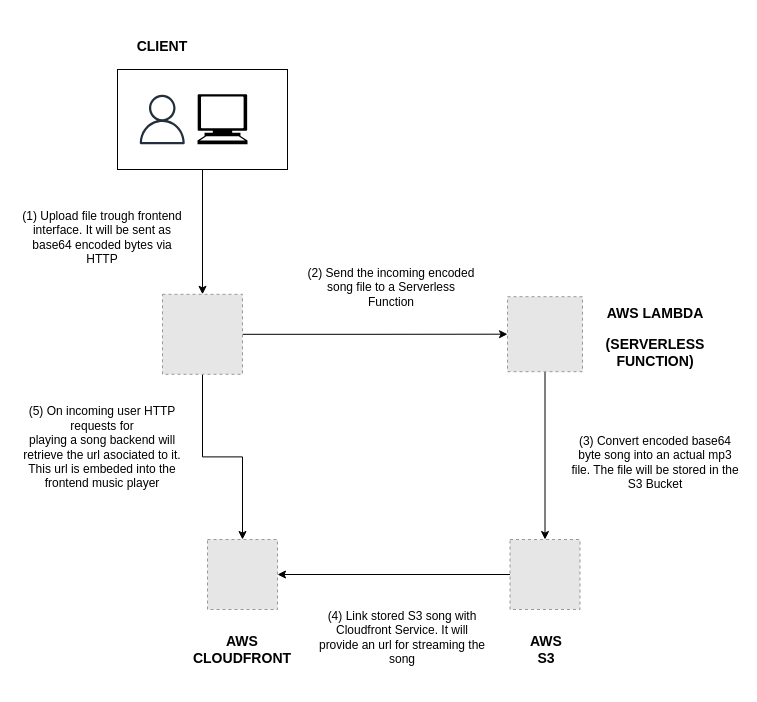
Before: docs/assets/drawio/song-architecture-file.drawio in AntonioMrtz/SpotifyElectron, a draw.io diagram. Source tidied: cells renumbered, new cells numbered last; positions are measured from the earlier drawing's top-left corner, leaving out a move shared by most shapes. Both pictures are drawn from the tidied source at 100%, with x=0, y=0 at pixel (17, 17). Pictures stored in the file or linked from it are replaced by grey dashed boxes.
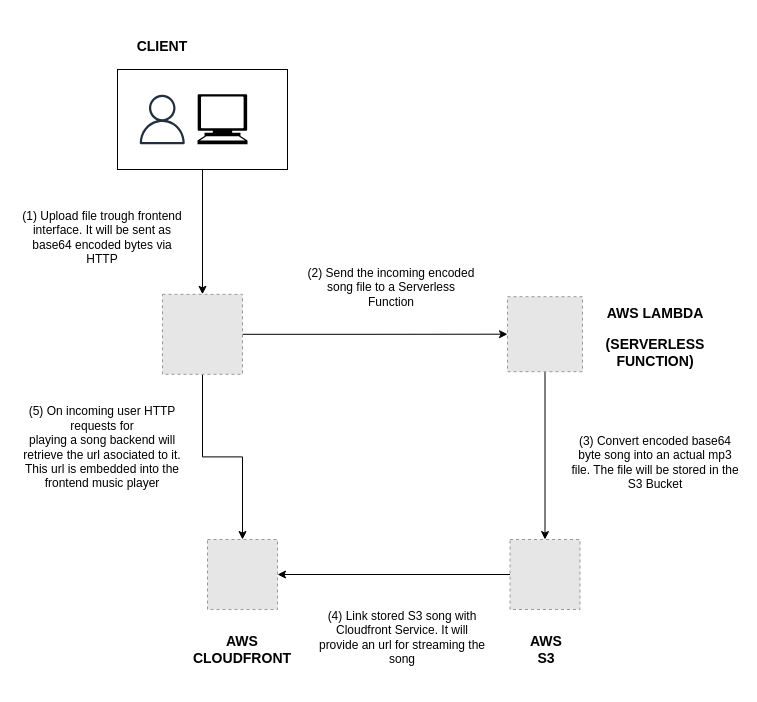
The same diagram, later.

Commit message (it also covers changes not shown here):
docs: deploy mkdocs to website gh-pages and update docs links as docs will be served inside the website | [#298]

Diff of the diagram source:
```diff
@@
-    <mxCell id="22" value="(5) On incoming user HTTP requests for&lt;br&gt;playing a song backend will retrieve the url asociated to it. This url is embeded into the frontend music player" style="text;html=1;strokeColor=none;fillColor=none;align=center;verticalAlign=middle;whiteSpace=wrap;rounded=0;" parent="1" vertex="1">
+    <mxCell id="22" value="(5) On incoming user HTTP requests for&lt;br&gt;playing a song backend will retrieve the url asociated to it. This url is embedded into the frontend music player" style="text;html=1;strokeColor=none;fillColor=none;align=center;verticalAlign=middle;whiteSpace=wrap;rounded=0;" parent="1" vertex="1">
       <mxGeometry x="-0.5" y="382" width="170" height="95" as="geometry" />
     </mxCell>
```
